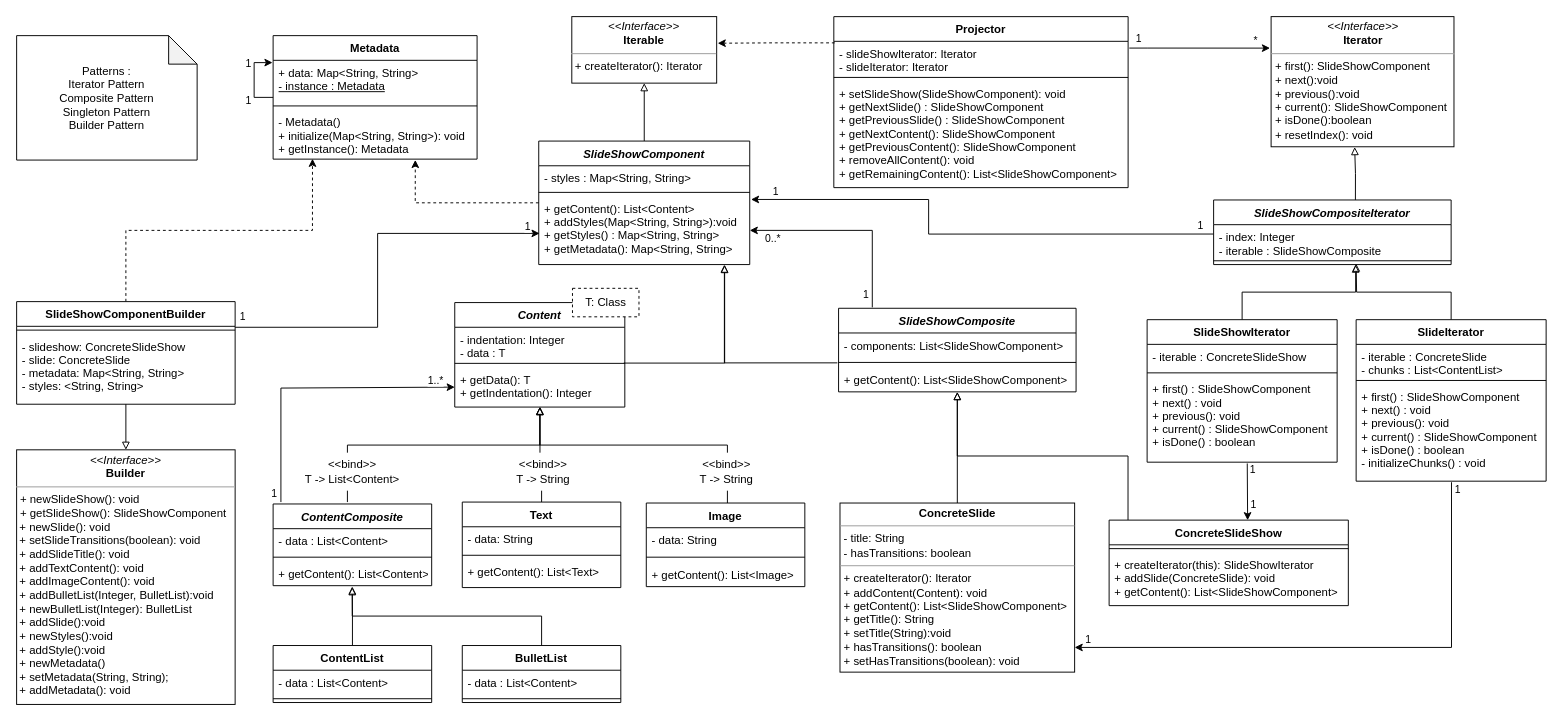
The draw.io diagram Diagrams/NewDesign/Design with feature/DomainDesignFeatureRequest.drawio in maartendekker1998/OU_jabberpoint, before the edit. Source tidied: cells renumbered, new cells numbered last; positions are measured from the earlier drawing's top-left corner, leaving out a move shared by most shapes. Both pictures are drawn from the tidied source at 95%, with x=0, y=0 at pixel (16, 16).
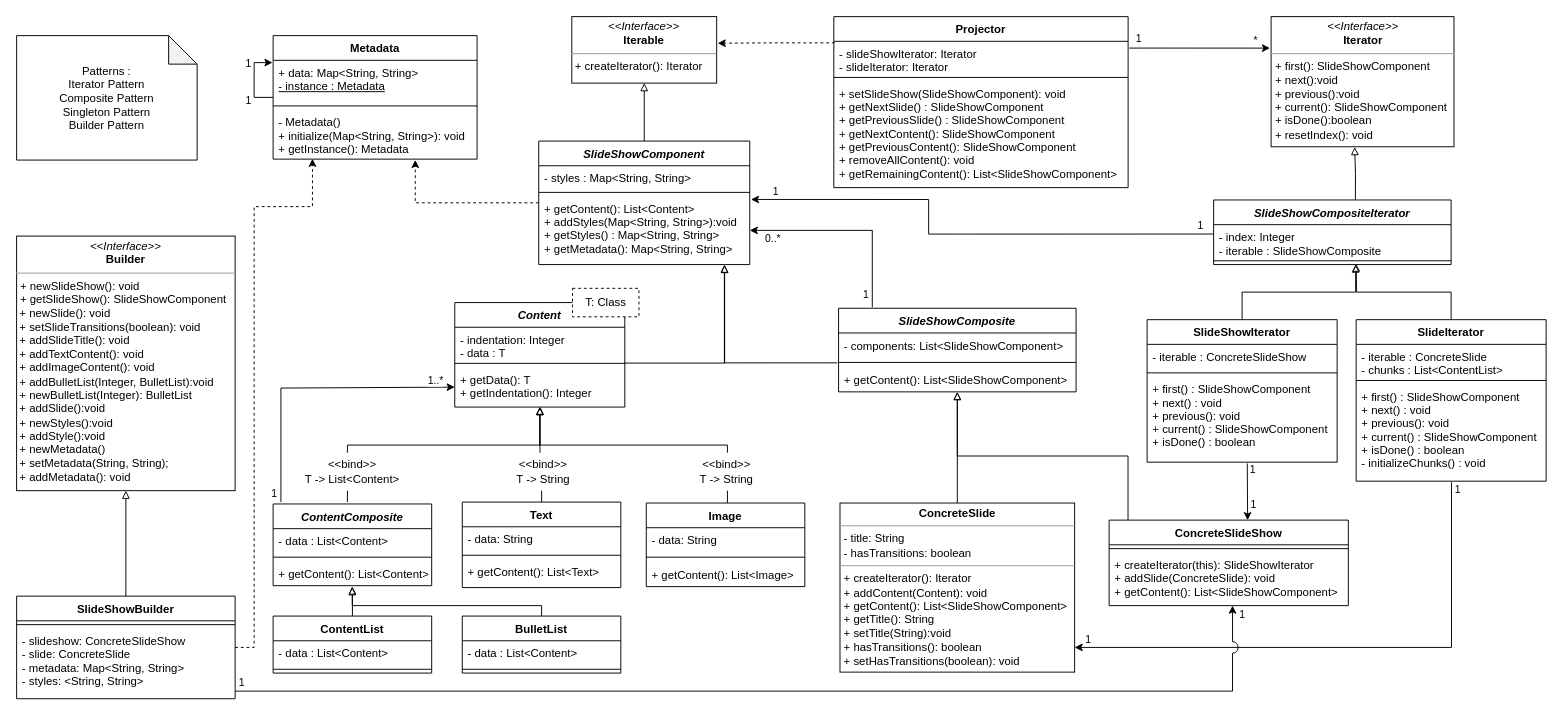
After the change.

Unchanged cells that the change refers to:
```xml
<mxCell id="7" value="+ getContent(): List&lt;Content&gt;&#10;+ addStyles(Map&lt;String, String&gt;):void&#10;+ getStyles() : Map&lt;String, String&gt;&#10;+ getMetadata(): Map&lt;String, String&gt;&#10;" style="text;strokeColor=none;fillColor=none;align=left;verticalAlign=top;spacingLeft=4;spacingRight=4;overflow=hidden;points=[[0,0.5],[1,0.5]];portConstraint=eastwest;" parent="4" vertex="1">
  <mxGeometry y="58" width="222.1" height="72" as="geometry" />
</mxCell>
<mxCell id="11" value="- Metadata()&#10;+ initialize(Map&lt;String, String&gt;): void&#10;+ getInstance(): Metadata" style="text;strokeColor=none;fillColor=none;align=left;verticalAlign=top;spacingLeft=4;spacingRight=4;overflow=hidden;points=[[0,0.5],[1,0.5]];portConstraint=eastwest;" parent="8" vertex="1">
  <mxGeometry y="78" width="214.7" height="52" as="geometry" />
</mxCell>
<mxCell id="35" value="+ getContent(): List&lt;Content&gt;" style="text;strokeColor=none;fillColor=none;align=left;verticalAlign=top;spacingLeft=4;spacingRight=4;overflow=hidden;points=[[0,0.5],[1,0.5]];portConstraint=eastwest;" parent="32" vertex="1">
  <mxGeometry y="60" width="166.9" height="26" as="geometry" />
</mxCell>
<mxCell id="59" value="+ createIterator(this): SlideShowIterator&#10;+ addSlide(ConcreteSlide): void&#10;+ getContent(): List&lt;SlideShowComponent&gt; " style="text;strokeColor=none;fillColor=none;align=left;verticalAlign=top;spacingLeft=4;spacingRight=4;overflow=hidden;points=[[0,0.5],[1,0.5]];portConstraint=eastwest;" parent="57" vertex="1">
  <mxGeometry y="34" width="251.8" height="56" as="geometry" />
</mxCell>
```

What changed in the source:
```diff
@@
     <mxCell id="60" value="&lt;p style=&quot;margin:0px;margin-top:4px;text-align:center;&quot;&gt;&lt;i&gt;&amp;lt;&amp;lt;Interface&amp;gt;&amp;gt;&lt;/i&gt;&lt;br&gt;&lt;b&gt;Builder&lt;/b&gt;&lt;/p&gt;&lt;hr size=&quot;1&quot;&gt;&lt;p style=&quot;margin:0px;margin-left:4px;&quot;&gt;+ newSlideShow(): void&lt;/p&gt;&lt;p style=&quot;margin: 0px 0px 0px 4px;&quot;&gt;+ getSlideShow(): SlideShowComponent&lt;br&gt;&lt;/p&gt;&lt;div&gt;&amp;nbsp;+ newSlide(): void&lt;/div&gt;&lt;div&gt;&amp;nbsp;+ setSlideTransitions(boolean): void&lt;/div&gt;&lt;div&gt;&amp;nbsp;+ addSlideTitle(): void&lt;/div&gt;&lt;div&gt;&amp;nbsp;+ addTextContent(): void&lt;/div&gt;&lt;div&gt;&amp;nbsp;+ addImageContent(): void&lt;/div&gt;&lt;div&gt;&amp;nbsp;+ addBulletList(Integer, BulletList):void&lt;/div&gt;&lt;div&gt;&amp;nbsp;+ newBulletList(Integer): BulletList&lt;/div&gt;&lt;div&gt;&amp;nbsp;+ addSlide():void&lt;/div&gt;&lt;div&gt;&amp;nbsp;+ newStyles():void&lt;/div&gt;&lt;div&gt;&amp;nbsp;+ addStyle():void&lt;/div&gt;&lt;div&gt;&amp;nbsp;+ newMetadata()&lt;/div&gt;&lt;div&gt;&amp;nbsp;+ setMetadata(String, String);&lt;/div&gt;&lt;div&gt;&amp;nbsp;+ addMetadata(): void&lt;/div&gt;" style="verticalAlign=top;align=left;overflow=fill;fontSize=12;fontFamily=Helvetica;html=1;" parent="1" vertex="1">
-      <mxGeometry y="456" width="230" height="268" as="geometry" />
+      <mxGeometry y="231" width="230" height="268" as="geometry" />
     </mxCell>
-    <mxCell id="61" style="edgeStyle=orthogonalEdgeStyle;rounded=0;jettySize=auto;html=1;entryX=0.5;entryY=0;entryDx=0;entryDy=0;endArrow=block;endFill=0;exitX=0.5;exitY=1;exitDx=0;exitDy=0;" parent="1" edge="1" source="63" target="60">
-      <mxGeometry relative="1" as="geometry">
-        <Array as="points">
-          <mxPoint x="115" y="408" />
-        </Array>
-      </mxGeometry>
+    <mxCell id="61" style="edgeStyle=orthogonalEdgeStyle;rounded=0;jettySize=auto;html=1;endArrow=block;endFill=0;exitX=0.5;exitY=0;exitDx=0;exitDy=0;entryX=0.5;entryY=1;entryDx=0;entryDy=0;" parent="1" edge="1" source="63" target="60">
+      <mxGeometry relative="1" as="geometry" />
     </mxCell>
     <mxCell id="62" style="edgeStyle=orthogonalEdgeStyle;rounded=0;jettySize=auto;html=1;entryX=0.193;entryY=0.993;entryDx=0;entryDy=0;entryPerimeter=0;dashed=1;endArrow=classic;endFill=1;" parent="1" edge="1" source="63" target="11">
-      <mxGeometry relative="1" as="geometry" />
+      <mxGeometry relative="1" as="geometry">
+        <Array as="points">
+          <mxPoint x="250" y="664" />
+          <mxPoint x="250" y="200" />
+          <mxPoint x="311" y="200" />
+        </Array>
+      </mxGeometry>
     </mxCell>
-    <mxCell id="63" value="SlideShowComponentBuilder" style="swimlane;fontStyle=1;align=center;verticalAlign=top;horizontal=1;startSize=26;" parent="1" vertex="1">
-      <mxGeometry y="300" width="230" height="108" as="geometry" />
+    <mxCell id="63" value="SlideShowBuilder" style="swimlane;fontStyle=1;align=center;verticalAlign=top;horizontal=1;startSize=26;" parent="1" vertex="1">
+      <mxGeometry y="610" width="230" height="108" as="geometry" />
     </mxCell>
@@
-    <mxCell id="66" style="edgeStyle=orthogonalEdgeStyle;rounded=0;jettySize=auto;html=1;endArrow=none;endFill=0;startArrow=classic;startFill=1;entryX=1;entryY=0.25;entryDx=0;entryDy=0;exitX=0.004;exitY=0.544;exitDx=0;exitDy=0;exitPerimeter=0;" parent="1" edge="1" source="7" target="63">
-      <mxGeometry relative="1" as="geometry">
-        <Array as="points">
-          <mxPoint x="380" y="228" />
-          <mxPoint x="380" y="327" />
-        </Array>
-      </mxGeometry>
-    </mxCell>
-    <mxCell id="67" value="1" style="edgeLabel;html=1;align=center;verticalAlign=middle;" parent="66" vertex="1">
-      <mxGeometry x="0.26" y="-1" relative="1" as="geometry">
-        <mxPoint x="-142" y="-6" as="offset" />
-      </mxGeometry>
-    </mxCell>
-    <mxCell id="68" value="1" style="edgeLabel;html=1;align=center;verticalAlign=middle;" parent="66" vertex="1">
-      <mxGeometry x="-0.81" y="-3" relative="1" as="geometry">
-        <mxPoint x="27" y="-5" as="offset" />
-      </mxGeometry>
-    </mxCell>
@@
     <mxCell id="88" value="ContentList" style="swimlane;fontStyle=1;align=center;verticalAlign=top;horizontal=1;startSize=26;" parent="1" vertex="1">
-      <mxGeometry x="270" y="662" width="166.9" height="60" as="geometry" />
+      <mxGeometry x="270" y="631" width="166.9" height="60" as="geometry" />
     </mxCell>
@@
     <mxCell id="91" style="edgeStyle=orthogonalEdgeStyle;rounded=0;jettySize=auto;html=1;entryX=0.499;entryY=1.062;entryDx=0;entryDy=0;entryPerimeter=0;endArrow=block;endFill=0;" parent="1" edge="1" source="92" target="35">
       <mxGeometry relative="1" as="geometry">
         <Array as="points">
-          <mxPoint x="553.2" y="631" />
-          <mxPoint x="353.2" y="631" />
+          <mxPoint x="553" y="620" />
+          <mxPoint x="353" y="620" />
         </Array>
       </mxGeometry>
     </mxCell>
     <mxCell id="92" value="BulletList" style="swimlane;fontStyle=1;align=center;verticalAlign=top;horizontal=1;startSize=26;" parent="1" vertex="1">
-      <mxGeometry x="469.1" y="662" width="166.9" height="60" as="geometry" />
+      <mxGeometry x="469.1" y="631" width="166.9" height="60" as="geometry" />
     </mxCell>
@@
+    <mxCell id="107" style="edgeStyle=orthogonalEdgeStyle;rounded=0;jettySize=auto;html=1;entryX=0.516;entryY=1;entryDx=0;entryDy=0;entryPerimeter=0;jumpStyle=arc;jumpSize=12;" parent="1" edge="1" source="63" target="59">
+      <mxGeometry relative="1" as="geometry">
+        <Array as="points">
+          <mxPoint x="1280" y="710" />
+        </Array>
+      </mxGeometry>
+    </mxCell>
+    <mxCell id="108" value="1" style="edgeLabel;html=1;align=center;verticalAlign=middle;" parent="107" vertex="1">
+      <mxGeometry x="-0.99" relative="1" as="geometry">
+        <mxPoint y="-10" as="offset" />
+      </mxGeometry>
+    </mxCell>
+    <mxCell id="109" value="1" style="edgeLabel;html=1;align=center;verticalAlign=middle;" parent="107" vertex="1">
+      <mxGeometry x="0.97" relative="1" as="geometry">
+        <mxPoint x="10" y="-8" as="offset" />
+      </mxGeometry>
+    </mxCell>
```
